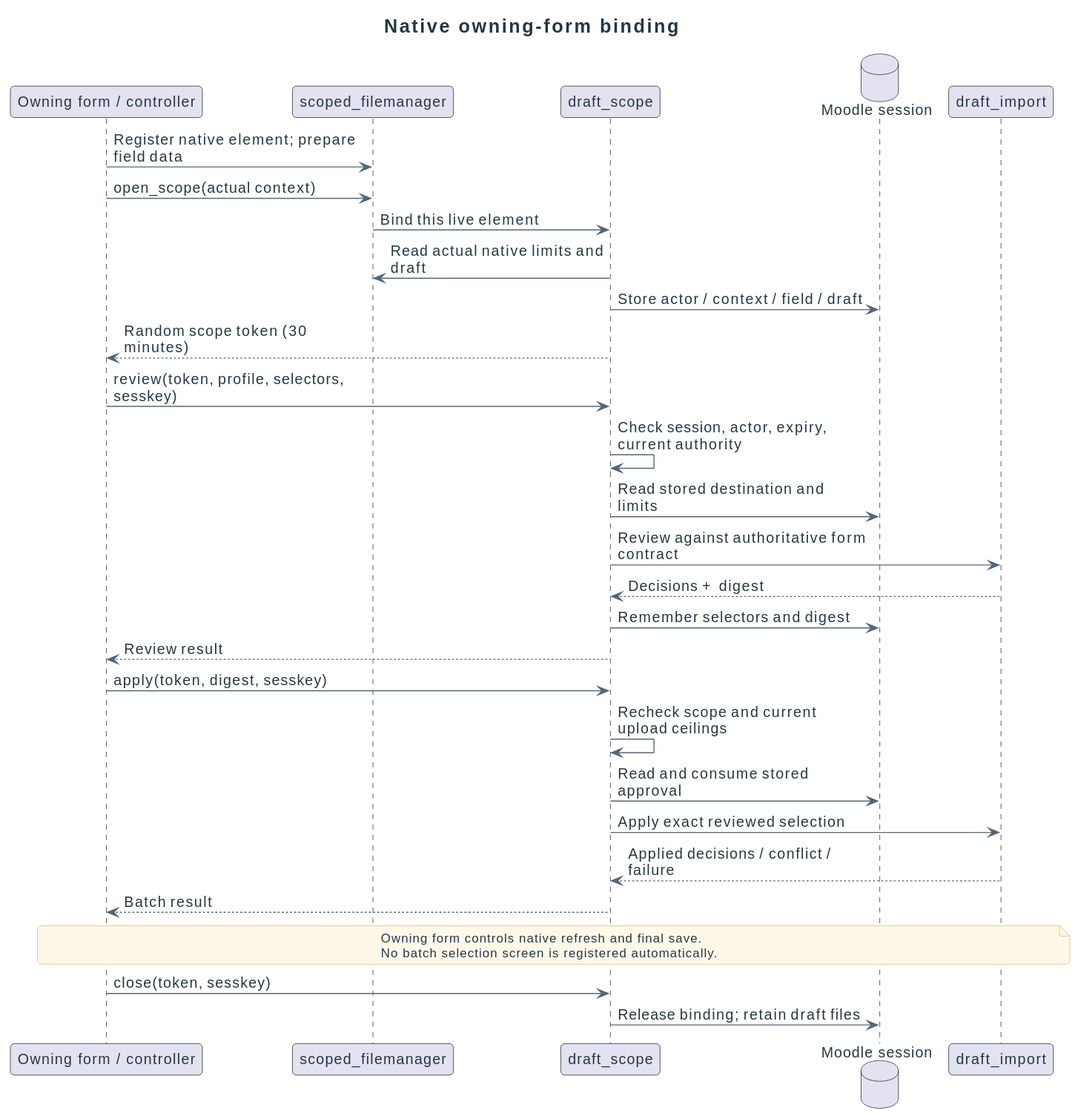
Above: docs/diagrams/design/sequences/form-scope.svg in didactika/moodle-local_coursefiles (PlantUML), before the change.
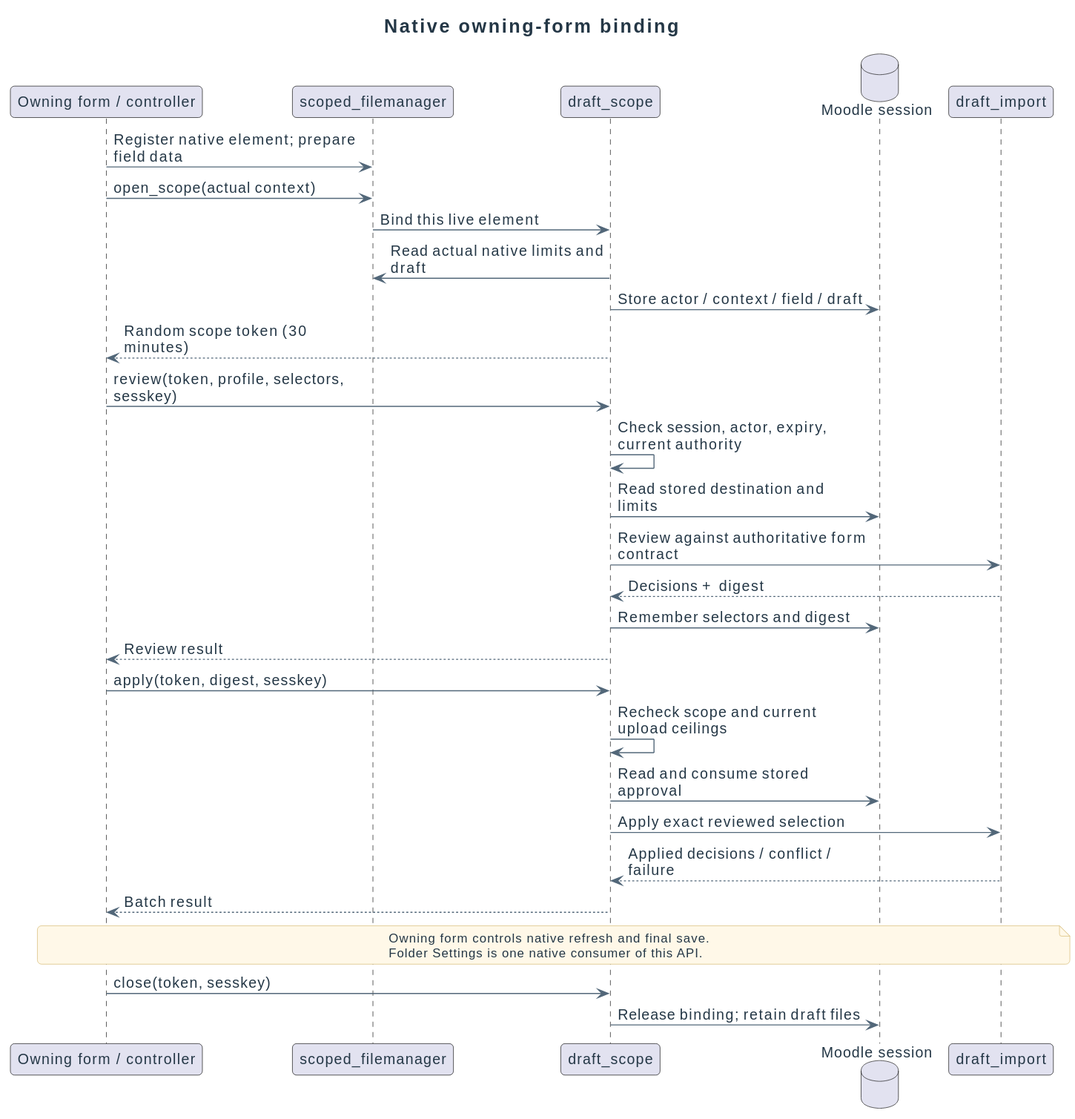
After the commit.

Diff of the diagram source:
```diff
@@ -31,7 +31,7 @@
 Scope --> Form : Batch result
 note over Form, Batch
 Owning form controls native refresh and final save.
-No batch selection screen is registered automatically.
+Folder Settings is one native consumer of this API.
 end note
 
 Form -> Scope : close(token, sesskey)
```
